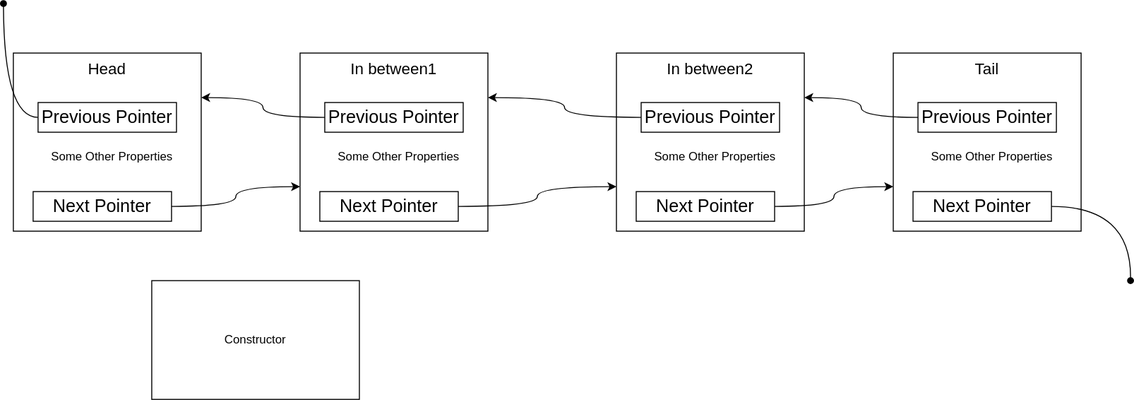
This is linkedlist.drawio.svg from vjavle/architecture, a draw.io export, as it was before one commit. Source tidied: cells renumbered, new cells last; positions are measured from the earlier drawing's top-left corner, leaving out a move shared by most shapes. Its diagram source:
```xml
<mxGraphModel>
  <root>
    <mxCell id="0" />
    <mxCell id="1" parent="0" />
    <mxCell id="2" style="group;" parent="1" vertex="1">
      <mxGeometry x="10" y="50" width="190" height="180" as="geometry" />
    </mxCell>
    <mxCell id="3" value="Head" style="rounded=0;whiteSpace=wrap;html=1;fontSize=16;verticalAlign=top;" parent="2" vertex="1">
      <mxGeometry width="190" height="180" as="geometry" />
    </mxCell>
    <mxCell id="4" style="edgeStyle=orthogonalEdgeStyle;curved=1;rounded=0;jettySize=auto;html=1;endArrow=oval;endFill=1;" parent="2" edge="1" source="5">
      <mxGeometry relative="1" as="geometry">
        <mxPoint x="-10" y="-50" as="targetPoint" />
      </mxGeometry>
    </mxCell>
    <mxCell id="5" value="Previous Pointer" style="rounded=0;whiteSpace=wrap;html=1;fontSize=18;" parent="2" vertex="1">
      <mxGeometry x="25" y="50" width="140" height="30" as="geometry" />
    </mxCell>
    <mxCell id="6" value="Next Pointer" style="rounded=0;whiteSpace=wrap;html=1;fontSize=18;" parent="2" vertex="1">
      <mxGeometry x="20" y="140" width="140" height="30" as="geometry" />
    </mxCell>
    <mxCell id="7" value="Some Other Properties" style="text;html=1;align=center;verticalAlign=middle;whiteSpace=wrap;rounded=0;" parent="2" vertex="1">
      <mxGeometry x="30" y="90" width="140" height="30" as="geometry" />
    </mxCell>
    <mxCell id="8" style="group;" parent="1" vertex="1">
      <mxGeometry x="300" y="50" width="190" height="180" as="geometry" />
    </mxCell>
    <mxCell id="9" value="In between1" style="rounded=0;whiteSpace=wrap;html=1;fontSize=16;verticalAlign=top;" parent="8" vertex="1">
      <mxGeometry width="190" height="180" as="geometry" />
    </mxCell>
    <mxCell id="10" value="Previous Pointer" style="rounded=0;whiteSpace=wrap;html=1;fontSize=18;" parent="8" vertex="1">
      <mxGeometry x="25" y="50" width="140" height="30" as="geometry" />
    </mxCell>
    <mxCell id="11" value="Next Pointer" style="rounded=0;whiteSpace=wrap;html=1;fontSize=18;" parent="8" vertex="1">
      <mxGeometry x="20" y="140" width="140" height="30" as="geometry" />
    </mxCell>
    <mxCell id="12" value="Some Other Properties" style="text;html=1;align=center;verticalAlign=middle;whiteSpace=wrap;rounded=0;" parent="8" vertex="1">
      <mxGeometry x="30" y="90" width="140" height="30" as="geometry" />
    </mxCell>
    <mxCell id="13" style="group;" parent="1" vertex="1">
      <mxGeometry x="620" y="50" width="190" height="180" as="geometry" />
    </mxCell>
    <mxCell id="14" value="In between2" style="rounded=0;whiteSpace=wrap;html=1;fontSize=16;verticalAlign=top;" parent="13" vertex="1">
      <mxGeometry width="190" height="180" as="geometry" />
    </mxCell>
    <mxCell id="15" value="Previous Pointer" style="rounded=0;whiteSpace=wrap;html=1;fontSize=18;" parent="13" vertex="1">
      <mxGeometry x="25" y="50" width="140" height="30" as="geometry" />
    </mxCell>
    <mxCell id="16" value="Next Pointer" style="rounded=0;whiteSpace=wrap;html=1;fontSize=18;" parent="13" vertex="1">
      <mxGeometry x="20" y="140" width="140" height="30" as="geometry" />
    </mxCell>
    <mxCell id="17" value="Some Other Properties" style="text;html=1;align=center;verticalAlign=middle;whiteSpace=wrap;rounded=0;" parent="13" vertex="1">
      <mxGeometry x="30" y="90" width="140" height="30" as="geometry" />
    </mxCell>
    <mxCell id="18" style="group;" parent="1" vertex="1">
      <mxGeometry x="900" y="50" width="190" height="180" as="geometry" />
    </mxCell>
    <mxCell id="19" value="Tail" style="rounded=0;whiteSpace=wrap;html=1;fontSize=16;verticalAlign=top;" parent="18" vertex="1">
      <mxGeometry width="190" height="180" as="geometry" />
    </mxCell>
    <mxCell id="20" value="Previous Pointer" style="rounded=0;whiteSpace=wrap;html=1;fontSize=18;" parent="18" vertex="1">
      <mxGeometry x="25" y="50" width="140" height="30" as="geometry" />
    </mxCell>
    <mxCell id="21" style="edgeStyle=orthogonalEdgeStyle;curved=1;rounded=0;jettySize=auto;html=1;endArrow=oval;endFill=1;" parent="18" edge="1" source="22">
      <mxGeometry relative="1" as="geometry">
        <mxPoint x="240" y="230" as="targetPoint" />
      </mxGeometry>
    </mxCell>
    <mxCell id="22" value="Next Pointer" style="rounded=0;whiteSpace=wrap;html=1;fontSize=18;" parent="18" vertex="1">
      <mxGeometry x="20" y="140" width="140" height="30" as="geometry" />
    </mxCell>
    <mxCell id="23" value="Some Other Properties" style="text;html=1;align=center;verticalAlign=middle;whiteSpace=wrap;rounded=0;" parent="18" vertex="1">
      <mxGeometry x="30" y="90" width="140" height="30" as="geometry" />
    </mxCell>
    <mxCell id="24" style="edgeStyle=orthogonalEdgeStyle;curved=1;rounded=0;jettySize=auto;html=1;entryX=1;entryY=0.25;entryDx=0;entryDy=0;exitX=0;exitY=0.5;exitDx=0;exitDy=0;" parent="1" edge="1" source="15" target="9">
      <mxGeometry relative="1" as="geometry" />
    </mxCell>
    <mxCell id="25" style="edgeStyle=orthogonalEdgeStyle;curved=1;rounded=0;jettySize=auto;html=1;entryX=0;entryY=0.75;entryDx=0;entryDy=0;" parent="1" edge="1" source="6" target="9">
      <mxGeometry relative="1" as="geometry" />
    </mxCell>
    <mxCell id="26" style="edgeStyle=orthogonalEdgeStyle;curved=1;rounded=0;jettySize=auto;html=1;entryX=1;entryY=0.25;entryDx=0;entryDy=0;" parent="1" edge="1" source="10" target="3">
      <mxGeometry relative="1" as="geometry" />
    </mxCell>
    <mxCell id="27" style="edgeStyle=orthogonalEdgeStyle;curved=1;rounded=0;jettySize=auto;html=1;entryX=1;entryY=0.25;entryDx=0;entryDy=0;" parent="1" edge="1" source="20" target="14">
      <mxGeometry relative="1" as="geometry" />
    </mxCell>
    <mxCell id="28" style="edgeStyle=orthogonalEdgeStyle;curved=1;rounded=0;jettySize=auto;html=1;entryX=0;entryY=0.75;entryDx=0;entryDy=0;" parent="1" edge="1" source="16" target="19">
      <mxGeometry relative="1" as="geometry" />
    </mxCell>
    <mxCell id="29" style="edgeStyle=orthogonalEdgeStyle;curved=1;rounded=0;jettySize=auto;html=1;entryX=0;entryY=0.75;entryDx=0;entryDy=0;" parent="1" edge="1" source="11" target="14">
      <mxGeometry relative="1" as="geometry" />
    </mxCell>
    <mxCell id="30" value="Constructor" style="rounded=0;whiteSpace=wrap;html=1;" parent="1" vertex="1">
      <mxGeometry x="150" y="280" width="210" height="120" as="geometry" />
    </mxCell>
  </root>
</mxGraphModel>
```
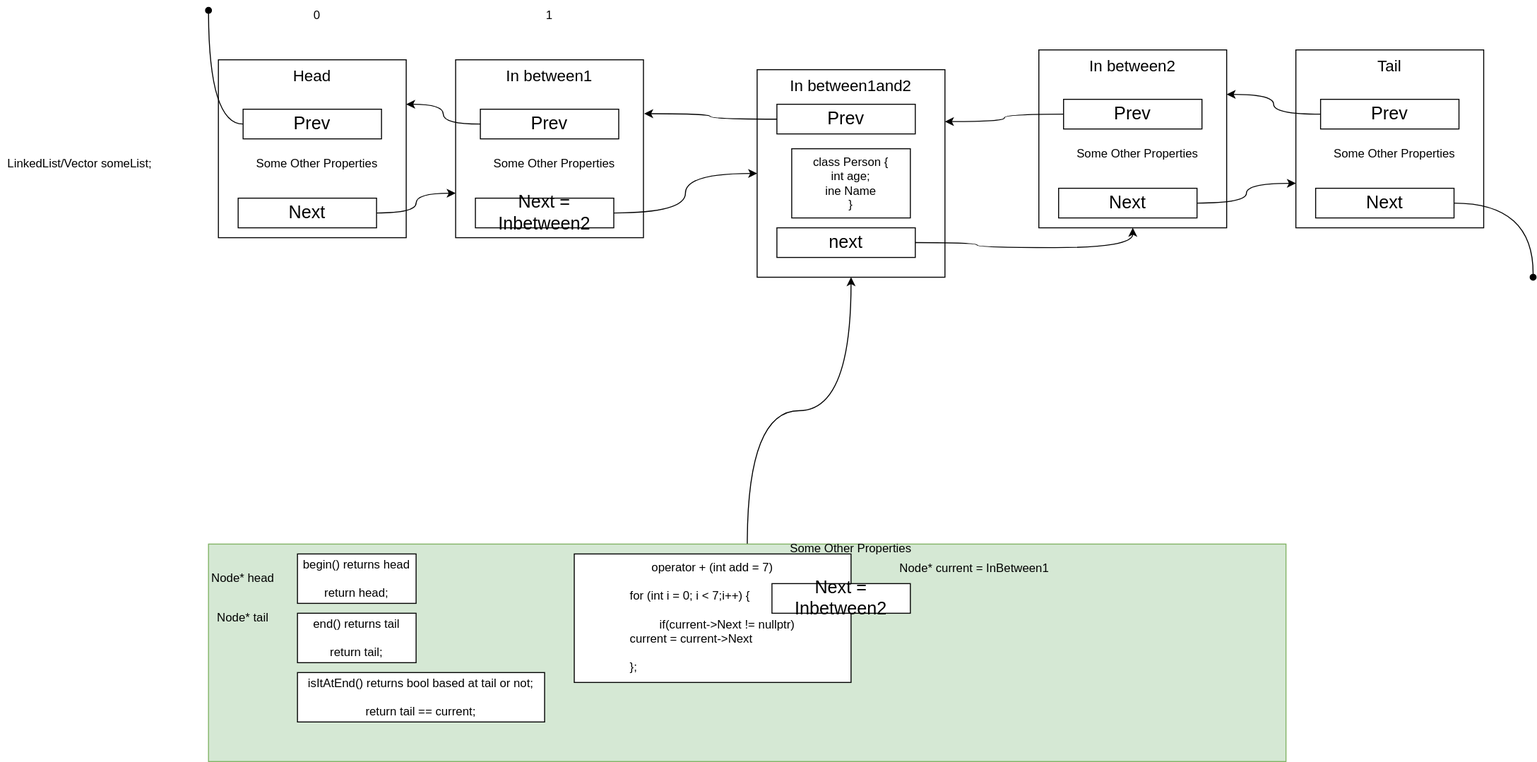
After the commit.

Change to the diagram source:
```diff
@@ -2,6 +2,12 @@
   <root>
     <mxCell id="0" />
     <mxCell id="1" parent="0" />
+    <mxCell id="31" style="edgeStyle=orthogonalEdgeStyle;curved=1;rounded=0;jettySize=auto;html=1;entryX=0.5;entryY=1;entryDx=0;entryDy=0;" parent="1" edge="1" source="32" target="43">
+      <mxGeometry relative="1" as="geometry" />
+    </mxCell>
+    <mxCell id="32" style="rounded=0;whiteSpace=wrap;html=1;fillColor=#d5e8d4;strokeColor=#82b366;" parent="1" vertex="1">
+      <mxGeometry y="540" width="1090" height="220" as="geometry" />
+    </mxCell>
     <mxCell id="2" style="group;" parent="1" vertex="1">
       <mxGeometry x="10" y="50" width="190" height="180" as="geometry" />
     </mxCell>
@@ -13,52 +19,52 @@
         <mxPoint x="-10" y="-50" as="targetPoint" />
       </mxGeometry>
     </mxCell>
-    <mxCell id="5" value="Previous Pointer" style="rounded=0;whiteSpace=wrap;html=1;fontSize=18;" parent="2" vertex="1">
+    <mxCell id="5" value="Prev" style="rounded=0;whiteSpace=wrap;html=1;fontSize=18;" parent="2" vertex="1">
       <mxGeometry x="25" y="50" width="140" height="30" as="geometry" />
     </mxCell>
-    <mxCell id="6" value="Next Pointer" style="rounded=0;whiteSpace=wrap;html=1;fontSize=18;" parent="2" vertex="1">
+    <mxCell id="6" value="Next" style="rounded=0;whiteSpace=wrap;html=1;fontSize=18;" parent="2" vertex="1">
       <mxGeometry x="20" y="140" width="140" height="30" as="geometry" />
     </mxCell>
     <mxCell id="7" value="Some Other Properties" style="text;html=1;align=center;verticalAlign=middle;whiteSpace=wrap;rounded=0;" parent="2" vertex="1">
       <mxGeometry x="30" y="90" width="140" height="30" as="geometry" />
     </mxCell>
     <mxCell id="8" style="group;" parent="1" vertex="1">
-      <mxGeometry x="300" y="50" width="190" height="180" as="geometry" />
+      <mxGeometry x="250" y="50" width="190" height="180" as="geometry" />
     </mxCell>
     <mxCell id="9" value="In between1" style="rounded=0;whiteSpace=wrap;html=1;fontSize=16;verticalAlign=top;" parent="8" vertex="1">
       <mxGeometry width="190" height="180" as="geometry" />
     </mxCell>
-    <mxCell id="10" value="Previous Pointer" style="rounded=0;whiteSpace=wrap;html=1;fontSize=18;" parent="8" vertex="1">
+    <mxCell id="10" value="Prev" style="rounded=0;whiteSpace=wrap;html=1;fontSize=18;" parent="8" vertex="1">
       <mxGeometry x="25" y="50" width="140" height="30" as="geometry" />
     </mxCell>
-    <mxCell id="11" value="Next Pointer" style="rounded=0;whiteSpace=wrap;html=1;fontSize=18;" parent="8" vertex="1">
+    <mxCell id="11" value="Next = Inbetween2" style="rounded=0;whiteSpace=wrap;html=1;fontSize=18;" parent="8" vertex="1">
       <mxGeometry x="20" y="140" width="140" height="30" as="geometry" />
     </mxCell>
     <mxCell id="12" value="Some Other Properties" style="text;html=1;align=center;verticalAlign=middle;whiteSpace=wrap;rounded=0;" parent="8" vertex="1">
       <mxGeometry x="30" y="90" width="140" height="30" as="geometry" />
     </mxCell>
     <mxCell id="13" style="group;" parent="1" vertex="1">
-      <mxGeometry x="620" y="50" width="190" height="180" as="geometry" />
+      <mxGeometry x="840" y="40" width="190" height="180" as="geometry" />
     </mxCell>
     <mxCell id="14" value="In between2" style="rounded=0;whiteSpace=wrap;html=1;fontSize=16;verticalAlign=top;" parent="13" vertex="1">
       <mxGeometry width="190" height="180" as="geometry" />
     </mxCell>
-    <mxCell id="15" value="Previous Pointer" style="rounded=0;whiteSpace=wrap;html=1;fontSize=18;" parent="13" vertex="1">
+    <mxCell id="15" value="Prev" style="rounded=0;whiteSpace=wrap;html=1;fontSize=18;" parent="13" vertex="1">
       <mxGeometry x="25" y="50" width="140" height="30" as="geometry" />
     </mxCell>
-    <mxCell id="16" value="Next Pointer" style="rounded=0;whiteSpace=wrap;html=1;fontSize=18;" parent="13" vertex="1">
+    <mxCell id="16" value="Next" style="rounded=0;whiteSpace=wrap;html=1;fontSize=18;" parent="13" vertex="1">
       <mxGeometry x="20" y="140" width="140" height="30" as="geometry" />
     </mxCell>
     <mxCell id="17" value="Some Other Properties" style="text;html=1;align=center;verticalAlign=middle;whiteSpace=wrap;rounded=0;" parent="13" vertex="1">
       <mxGeometry x="30" y="90" width="140" height="30" as="geometry" />
     </mxCell>
     <mxCell id="18" style="group;" parent="1" vertex="1">
-      <mxGeometry x="900" y="50" width="190" height="180" as="geometry" />
+      <mxGeometry x="1100" y="40" width="190" height="180" as="geometry" />
     </mxCell>
     <mxCell id="19" value="Tail" style="rounded=0;whiteSpace=wrap;html=1;fontSize=16;verticalAlign=top;" parent="18" vertex="1">
       <mxGeometry width="190" height="180" as="geometry" />
     </mxCell>
-    <mxCell id="20" value="Previous Pointer" style="rounded=0;whiteSpace=wrap;html=1;fontSize=18;" parent="18" vertex="1">
+    <mxCell id="20" value="Prev" style="rounded=0;whiteSpace=wrap;html=1;fontSize=18;" parent="18" vertex="1">
       <mxGeometry x="25" y="50" width="140" height="30" as="geometry" />
     </mxCell>
     <mxCell id="21" style="edgeStyle=orthogonalEdgeStyle;curved=1;rounded=0;jettySize=auto;html=1;endArrow=oval;endFill=1;" parent="18" edge="1" source="22">
@@ -66,15 +72,12 @@
         <mxPoint x="240" y="230" as="targetPoint" />
       </mxGeometry>
     </mxCell>
-    <mxCell id="22" value="Next Pointer" style="rounded=0;whiteSpace=wrap;html=1;fontSize=18;" parent="18" vertex="1">
+    <mxCell id="22" value="Next" style="rounded=0;whiteSpace=wrap;html=1;fontSize=18;" parent="18" vertex="1">
       <mxGeometry x="20" y="140" width="140" height="30" as="geometry" />
     </mxCell>
     <mxCell id="23" value="Some Other Properties" style="text;html=1;align=center;verticalAlign=middle;whiteSpace=wrap;rounded=0;" parent="18" vertex="1">
       <mxGeometry x="30" y="90" width="140" height="30" as="geometry" />
     </mxCell>
-    <mxCell id="24" style="edgeStyle=orthogonalEdgeStyle;curved=1;rounded=0;jettySize=auto;html=1;entryX=1;entryY=0.25;entryDx=0;entryDy=0;exitX=0;exitY=0.5;exitDx=0;exitDy=0;" parent="1" edge="1" source="15" target="9">
-      <mxGeometry relative="1" as="geometry" />
-    </mxCell>
     <mxCell id="25" style="edgeStyle=orthogonalEdgeStyle;curved=1;rounded=0;jettySize=auto;html=1;entryX=0;entryY=0.75;entryDx=0;entryDy=0;" parent="1" edge="1" source="6" target="9">
       <mxGeometry relative="1" as="geometry" />
     </mxCell>
@@ -87,11 +90,65 @@
     <mxCell id="28" style="edgeStyle=orthogonalEdgeStyle;curved=1;rounded=0;jettySize=auto;html=1;entryX=0;entryY=0.75;entryDx=0;entryDy=0;" parent="1" edge="1" source="16" target="19">
       <mxGeometry relative="1" as="geometry" />
     </mxCell>
-    <mxCell id="29" style="edgeStyle=orthogonalEdgeStyle;curved=1;rounded=0;jettySize=auto;html=1;entryX=0;entryY=0.75;entryDx=0;entryDy=0;" parent="1" edge="1" source="11" target="14">
-      <mxGeometry relative="1" as="geometry" />
-    </mxCell>
-    <mxCell id="30" value="Constructor" style="rounded=0;whiteSpace=wrap;html=1;" parent="1" vertex="1">
-      <mxGeometry x="150" y="280" width="210" height="120" as="geometry" />
-    </mxCell>
+    <mxCell id="33" value="begin() returns head&lt;div&gt;&lt;br&gt;&lt;/div&gt;&lt;div&gt;return head;&lt;/div&gt;" style="rounded=0;whiteSpace=wrap;html=1;" parent="1" vertex="1">
+      <mxGeometry x="90" y="550" width="120" height="50" as="geometry" />
+    </mxCell>
+    <mxCell id="34" value="end() returns tail&lt;div&gt;&lt;br&gt;&lt;/div&gt;&lt;div&gt;return tail;&lt;/div&gt;" style="rounded=0;whiteSpace=wrap;html=1;" parent="1" vertex="1">
+      <mxGeometry x="90" y="610" width="120" height="50" as="geometry" />
+    </mxCell>
+    <mxCell id="35" value="isItAtEnd() returns bool based at tail or not;&lt;div&gt;&lt;br&gt;&lt;/div&gt;&lt;div&gt;return tail == current;&lt;/div&gt;" style="rounded=0;whiteSpace=wrap;html=1;" parent="1" vertex="1">
+      <mxGeometry x="90" y="670" width="250" height="50" as="geometry" />
+    </mxCell>
+    <mxCell id="36" value="Node* head" style="text;html=1;align=center;verticalAlign=middle;whiteSpace=wrap;rounded=0;" parent="1" vertex="1">
+      <mxGeometry y="560" width="70" height="30" as="geometry" />
+    </mxCell>
+    <mxCell id="37" value="Node* tail" style="text;html=1;align=center;verticalAlign=middle;whiteSpace=wrap;rounded=0;" parent="1" vertex="1">
+      <mxGeometry y="600" width="70" height="30" as="geometry" />
+    </mxCell>
+    <mxCell id="38" value="Node* current = InBetween1" style="text;html=1;align=center;verticalAlign=middle;whiteSpace=wrap;rounded=0;" parent="1" vertex="1">
+      <mxGeometry x="690" y="550" width="170" height="30" as="geometry" />
+    </mxCell>
+    <mxCell id="39" value="operator + (int add = 7)&lt;div&gt;&lt;br&gt;&lt;/div&gt;&lt;div style=&quot;text-align: left;&quot;&gt;for (int i = 0; i &amp;lt; 7;i++) {&lt;/div&gt;&lt;div style=&quot;text-align: left;&quot;&gt;&lt;br&gt;&lt;/div&gt;&lt;div style=&quot;text-align: left;&quot;&gt;&amp;nbsp; &amp;nbsp; &amp;nbsp; &amp;nbsp; &amp;nbsp;if(current-&amp;gt;Next != nullptr)&lt;/div&gt;&lt;div style=&quot;text-align: left;&quot;&gt;current = current-&amp;gt;Next&lt;/div&gt;&lt;div style=&quot;text-align: left;&quot;&gt;&lt;br&gt;&lt;/div&gt;&lt;div style=&quot;text-align: left;&quot;&gt;};&lt;/div&gt;" style="rounded=0;whiteSpace=wrap;html=1;verticalAlign=top;" parent="1" vertex="1">
+      <mxGeometry x="370" y="550" width="280" height="130" as="geometry" />
+    </mxCell>
+    <mxCell id="40" value="LinkedList/Vector someList;" style="text;html=1;align=center;verticalAlign=middle;whiteSpace=wrap;rounded=0;" parent="1" vertex="1">
+      <mxGeometry x="-210" y="140" width="160" height="30" as="geometry" />
+    </mxCell>
+    <mxCell id="41" value="0" style="text;html=1;align=center;verticalAlign=middle;whiteSpace=wrap;rounded=0;" parent="1" vertex="1">
+      <mxGeometry x="80" y="-10" width="60" height="30" as="geometry" />
+    </mxCell>
+    <mxCell id="42" value="1" style="text;html=1;align=center;verticalAlign=middle;whiteSpace=wrap;rounded=0;" parent="1" vertex="1">
+      <mxGeometry x="315" y="-10" width="60" height="30" as="geometry" />
+    </mxCell>
+    <mxCell id="43" value="In between1and2" style="rounded=0;whiteSpace=wrap;html=1;fontSize=16;verticalAlign=top;" parent="1" vertex="1">
+      <mxGeometry x="555" y="60" width="190" height="210" as="geometry" />
+    </mxCell>
+    <mxCell id="44" value="Prev" style="rounded=0;whiteSpace=wrap;html=1;fontSize=18;" parent="1" vertex="1">
+      <mxGeometry x="575" y="95" width="140" height="30" as="geometry" />
+    </mxCell>
+    <mxCell id="45" value="Next = Inbetween2" style="rounded=0;whiteSpace=wrap;html=1;fontSize=18;" parent="1" vertex="1">
+      <mxGeometry x="570" y="580" width="140" height="30" as="geometry" />
+    </mxCell>
+    <mxCell id="46" value="Some Other Properties" style="text;html=1;align=center;verticalAlign=middle;whiteSpace=wrap;rounded=0;" parent="1" vertex="1">
+      <mxGeometry x="580" y="530" width="140" height="30" as="geometry" />
+    </mxCell>
+    <mxCell id="47" style="edgeStyle=orthogonalEdgeStyle;curved=1;rounded=0;jettySize=auto;html=1;entryX=0.5;entryY=1;entryDx=0;entryDy=0;" parent="1" edge="1" source="48" target="14">
+      <mxGeometry relative="1" as="geometry" />
+    </mxCell>
+    <mxCell id="48" value="next" style="rounded=0;whiteSpace=wrap;html=1;fontSize=18;" parent="1" vertex="1">
+      <mxGeometry x="575" y="220" width="140" height="30" as="geometry" />
+    </mxCell>
+    <mxCell id="49" style="edgeStyle=orthogonalEdgeStyle;curved=1;rounded=0;jettySize=auto;html=1;entryX=0;entryY=0.5;entryDx=0;entryDy=0;" parent="1" edge="1" source="11" target="43">
+      <mxGeometry relative="1" as="geometry" />
+    </mxCell>
+    <mxCell id="50" style="edgeStyle=orthogonalEdgeStyle;curved=1;rounded=0;jettySize=auto;html=1;entryX=1;entryY=0.25;entryDx=0;entryDy=0;" parent="1" edge="1" source="15" target="43">
+      <mxGeometry relative="1" as="geometry" />
+    </mxCell>
+    <mxCell id="51" value="&lt;div&gt;class Person {&lt;/div&gt;int age;&lt;div&gt;ine Name&lt;/div&gt;&lt;div&gt;}&lt;/div&gt;" style="rounded=0;whiteSpace=wrap;html=1;" parent="1" vertex="1">
+      <mxGeometry x="590" y="140" width="120" height="70" as="geometry" />
+    </mxCell>
+    <mxCell id="52" style="edgeStyle=orthogonalEdgeStyle;curved=1;rounded=0;jettySize=auto;html=1;entryX=1.004;entryY=0.303;entryDx=0;entryDy=0;entryPerimeter=0;" parent="1" edge="1" source="44" target="9">
+      <mxGeometry relative="1" as="geometry" />
+    </mxCell>
   </root>
 </mxGraphModel>
```
